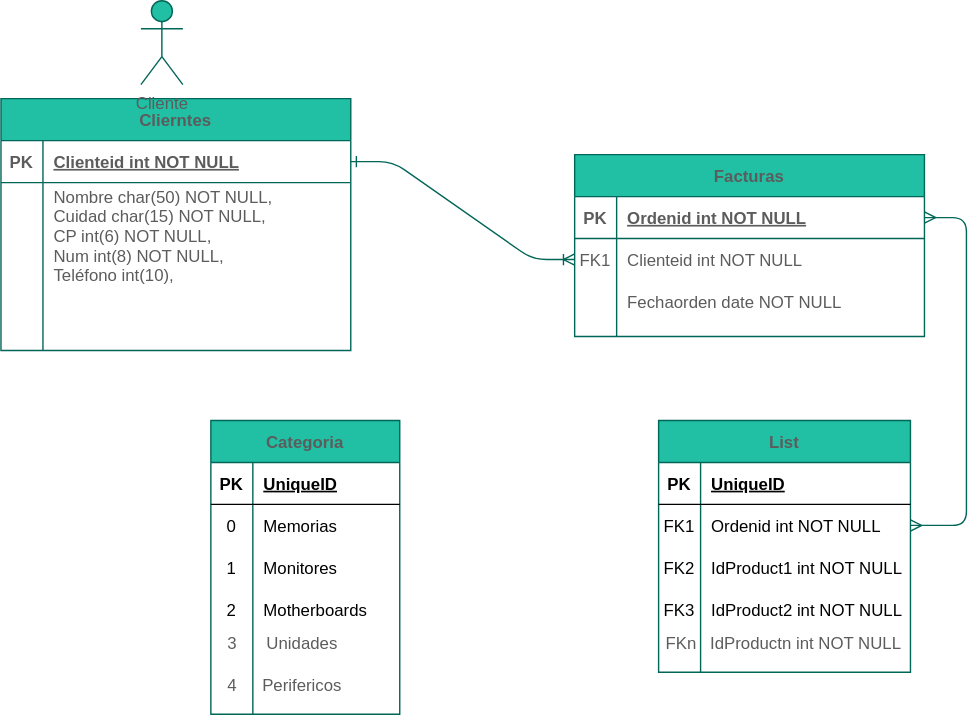
Above: E1.svg in ThunderGer23/Struct (draw.io), before the change. Source tidied: cells renumbered, new cells last; positions are measured from the earlier drawing's top-left corner, leaving out a move shared by most shapes.
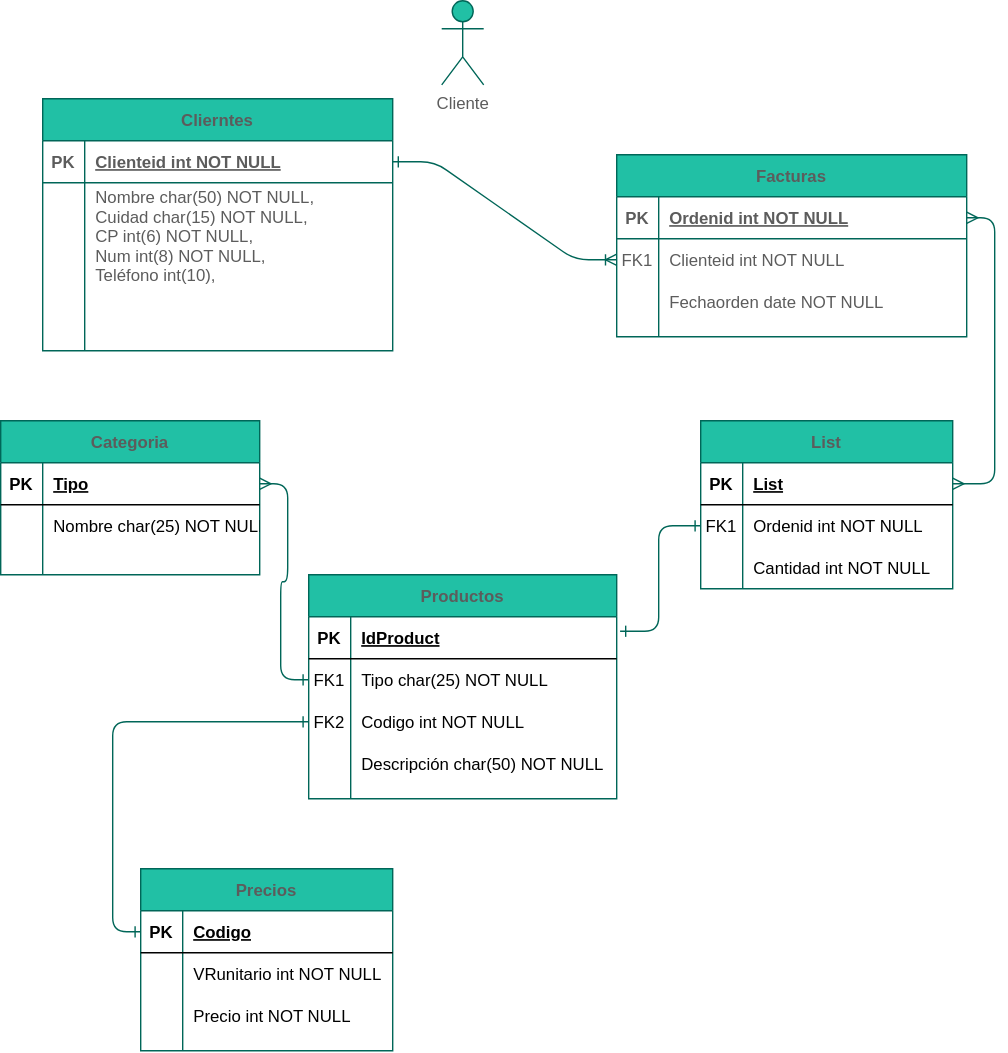
The same file after the commit.

What changed in the source:
```diff
@@ -5,9 +5,6 @@
     <mxCell id="2" style="edgeStyle=entityRelationEdgeStyle;endArrow=ERoneToMany;startArrow=ERone;endFill=0;startFill=0;strokeColor=#006658;fontColor=#5C5C5C;" parent="1" edge="1" source="15" target="8">
       <mxGeometry relative="1" as="geometry" />
     </mxCell>
-    <mxCell id="3" style="edgeStyle=entityRelationEdgeStyle;endArrow=ERmany;startArrow=ERmany;endFill=0;startFill=0;strokeColor=#006658;fontColor=#5C5C5C;" parent="1" edge="1" source="5" target="32">
-      <mxGeometry relative="1" as="geometry" />
-    </mxCell>
     <mxCell id="4" value="Facturas" style="shape=table;startSize=30;rowLines=0;fontStyle=1;align=center;fillColor=#21C0A5;strokeColor=#006658;fontColor=#5C5C5C;" parent="1" vertex="1">
       <mxGeometry x="410" y="110" width="250" height="130" as="geometry" />
     </mxCell>
@@ -60,28 +57,10 @@
       <mxGeometry x="30" width="220" height="90" as="geometry" />
     </mxCell>
     <mxCell id="21" value="Cliente" style="shape=umlActor;verticalLabelPosition=bottom;verticalAlign=top;html=1;rounded=0;sketch=0;strokeColor=#006658;fillColor=#21C0A5;fontColor=#5C5C5C;" parent="1" vertex="1">
-      <mxGeometry x="100" width="30" height="60" as="geometry" />
+      <mxGeometry x="285" width="30" height="60" as="geometry" />
     </mxCell>
-    <mxCell id="22" value="FKn" style="text;html=1;align=center;verticalAlign=middle;fontColor=#5C5C5C;" parent="1" vertex="1">
-      <mxGeometry x="466" y="450" width="40" height="20" as="geometry" />
-    </mxCell>
-    <mxCell id="23" value="IdProductn int NOT NULL" style="text;html=1;align=center;verticalAlign=middle;fontColor=#5C5C5C;" parent="1" vertex="1">
-      <mxGeometry x="500" y="450" width="150" height="20" as="geometry" />
-    </mxCell>
-    <mxCell id="24" value="3" style="text;html=1;align=center;verticalAlign=middle;fontColor=#5C5C5C;" parent="1" vertex="1">
-      <mxGeometry x="155" y="450" width="20" height="20" as="geometry" />
-    </mxCell>
-    <mxCell id="25" value="Unidades" style="text;html=1;align=center;verticalAlign=middle;fontColor=#5C5C5C;" parent="1" vertex="1">
-      <mxGeometry x="180" y="450" width="70" height="20" as="geometry" />
-    </mxCell>
-    <mxCell id="26" value="4" style="text;html=1;align=center;verticalAlign=middle;fontColor=#5C5C5C;" parent="1" vertex="1">
-      <mxGeometry x="155" y="480" width="20" height="20" as="geometry" />
-    </mxCell>
-    <mxCell id="27" value="Perifericos" style="text;html=1;align=center;verticalAlign=middle;fontColor=#5C5C5C;" parent="1" vertex="1">
-      <mxGeometry x="180" y="480" width="70" height="20" as="geometry" />
-    </mxCell>
     <mxCell id="28" value="List" style="shape=table;startSize=30;rowLines=0;fontStyle=1;align=center;rounded=0;sketch=0;strokeColor=#006658;fillColor=#21C0A5;fontColor=#5C5C5C;" parent="1" vertex="1">
-      <mxGeometry x="470" y="300" width="180" height="180" as="geometry" />
+      <mxGeometry x="470" y="300" width="180" height="120" as="geometry" />
     </mxCell>
     <mxCell id="29" style="shape=partialRectangle;fillColor=none;top=0;left=0;bottom=1;right=0;points=[[0,0.5],[1,0.5]];portConstraint=eastwest;" parent="28" vertex="1">
       <mxGeometry y="30" width="180" height="30" as="geometry" />
@@ -89,7 +68,7 @@
     <mxCell id="30" value="PK" style="shape=partialRectangle;fillColor=none;top=0;left=0;bottom=0;right=0;fontStyle=1;overflow=hidden;" parent="29" vertex="1">
       <mxGeometry width="30" height="30" as="geometry" />
     </mxCell>
-    <mxCell id="31" value="UniqueID" style="shape=partialRectangle;fillColor=none;top=0;left=0;bottom=0;right=0;align=left;spacingLeft=6;fontStyle=5;overflow=hidden;" parent="29" vertex="1">
+    <mxCell id="31" value="List" style="shape=partialRectangle;fillColor=none;top=0;left=0;bottom=0;right=0;align=left;spacingLeft=6;fontStyle=5;overflow=hidden;" parent="29" vertex="1">
       <mxGeometry x="30" width="150" height="30" as="geometry" />
     </mxCell>
     <mxCell id="32" style="shape=partialRectangle;fillColor=none;top=0;left=0;bottom=0;right=0;points=[[0,0.5],[1,0.5]];portConstraint=eastwest;" parent="28" vertex="1">
@@ -104,59 +83,122 @@
     <mxCell id="35" style="shape=partialRectangle;fillColor=none;top=0;left=0;bottom=0;right=0;" parent="28" vertex="1">
       <mxGeometry y="90" width="180" height="30" as="geometry" />
     </mxCell>
-    <mxCell id="36" value="FK2" style="shape=partialRectangle;fillColor=none;top=0;left=0;bottom=0;right=0;overflow=hidden;" parent="35" vertex="1">
+    <mxCell id="36" style="shape=partialRectangle;fillColor=none;top=0;left=0;bottom=0;right=0;overflow=hidden;" parent="35" vertex="1">
       <mxGeometry width="30" height="30" as="geometry" />
     </mxCell>
-    <mxCell id="37" value="IdProduct1 int NOT NULL" style="shape=partialRectangle;fillColor=none;top=0;left=0;bottom=0;right=0;align=left;spacingLeft=6;overflow=hidden;" parent="35" vertex="1">
+    <mxCell id="37" value="Cantidad int NOT NULL" style="shape=partialRectangle;fillColor=none;top=0;left=0;bottom=0;right=0;align=left;spacingLeft=6;overflow=hidden;" parent="35" vertex="1">
       <mxGeometry x="30" width="150" height="30" as="geometry" />
     </mxCell>
-    <mxCell id="38" style="shape=partialRectangle;fillColor=none;top=0;left=0;bottom=0;right=0;" parent="28" vertex="1">
-      <mxGeometry y="120" width="180" height="30" as="geometry" />
-    </mxCell>
-    <mxCell id="39" value="FK3" style="shape=partialRectangle;fillColor=none;top=0;left=0;bottom=0;right=0;overflow=hidden;" parent="38" vertex="1">
-      <mxGeometry width="30" height="30" as="geometry" />
-    </mxCell>
-    <mxCell id="40" value="IdProduct2 int NOT NULL" style="shape=partialRectangle;fillColor=none;top=0;left=0;bottom=0;right=0;align=left;spacingLeft=6;overflow=hidden;" parent="38" vertex="1">
-      <mxGeometry x="30" width="150" height="30" as="geometry" />
-    </mxCell>
+    <mxCell id="54" value="Productos" style="shape=table;startSize=30;rowLines=0;fontStyle=1;align=center;rounded=0;sketch=0;strokeColor=#006658;fillColor=#21C0A5;fontColor=#5C5C5C;" parent="1" vertex="1">
+      <mxGeometry x="190" y="410" width="220" height="160" as="geometry" />
+    </mxCell>
+    <mxCell id="55" style="shape=partialRectangle;fillColor=none;top=0;left=0;bottom=1;right=0;points=[[0,0.5],[1,0.5]];portConstraint=eastwest;" parent="54" vertex="1">
+      <mxGeometry y="30" width="220" height="30" as="geometry" />
+    </mxCell>
+    <mxCell id="56" value="PK" style="shape=partialRectangle;fillColor=none;top=0;left=0;bottom=0;right=0;fontStyle=1;overflow=hidden;" parent="55" vertex="1">
+      <mxGeometry width="30" height="30" as="geometry" />
+    </mxCell>
+    <mxCell id="57" value="IdProduct" style="shape=partialRectangle;fillColor=none;top=0;left=0;bottom=0;right=0;align=left;spacingLeft=6;fontStyle=5;overflow=hidden;" parent="55" vertex="1">
+      <mxGeometry x="30" width="190" height="30" as="geometry" />
+    </mxCell>
+    <mxCell id="58" style="shape=partialRectangle;fillColor=none;top=0;left=0;bottom=0;right=0;points=[[0,0.5],[1,0.5]];portConstraint=eastwest;" parent="54" vertex="1">
+      <mxGeometry y="60" width="220" height="30" as="geometry" />
+    </mxCell>
+    <mxCell id="59" value="FK1" style="shape=partialRectangle;fillColor=none;top=0;left=0;bottom=0;right=0;overflow=hidden;" parent="58" vertex="1">
+      <mxGeometry width="30" height="30" as="geometry" />
+    </mxCell>
+    <mxCell id="60" value="Tipo char(25) NOT NULL" style="shape=partialRectangle;fillColor=none;top=0;left=0;bottom=0;right=0;align=left;spacingLeft=6;overflow=hidden;" parent="58" vertex="1">
+      <mxGeometry x="30" width="190" height="30" as="geometry" />
+    </mxCell>
+    <mxCell id="61" style="shape=partialRectangle;fillColor=none;top=0;left=0;bottom=0;right=0;points=[[0,0.5],[1,0.5]];portConstraint=eastwest;" parent="54" vertex="1">
+      <mxGeometry y="90" width="220" height="30" as="geometry" />
+    </mxCell>
+    <mxCell id="62" value="FK2" style="shape=partialRectangle;fillColor=none;top=0;left=0;bottom=0;right=0;overflow=hidden;" parent="61" vertex="1">
+      <mxGeometry width="30" height="30" as="geometry" />
+    </mxCell>
+    <mxCell id="63" value="Codigo int NOT NULL" style="shape=partialRectangle;fillColor=none;top=0;left=0;bottom=0;right=0;align=left;spacingLeft=6;overflow=hidden;" parent="61" vertex="1">
+      <mxGeometry x="30" width="190" height="30" as="geometry" />
+    </mxCell>
+    <mxCell id="64" style="shape=partialRectangle;fillColor=none;top=0;left=0;bottom=0;right=0;" parent="54" vertex="1">
+      <mxGeometry y="120" width="220" height="30" as="geometry" />
+    </mxCell>
+    <mxCell id="65" style="shape=partialRectangle;fillColor=none;top=0;left=0;bottom=0;right=0;overflow=hidden;" parent="64" vertex="1">
+      <mxGeometry width="30" height="30" as="geometry" />
+    </mxCell>
+    <mxCell id="66" value="Descripción char(50) NOT NULL" style="shape=partialRectangle;fillColor=none;top=0;left=0;bottom=0;right=0;align=left;spacingLeft=6;overflow=hidden;" parent="64" vertex="1">
+      <mxGeometry x="30" width="190" height="30" as="geometry" />
+    </mxCell>
     <mxCell id="41" value="Categoria" style="shape=table;startSize=30;rowLines=0;fontStyle=1;align=center;rounded=0;sketch=0;strokeColor=#006658;fillColor=#21C0A5;fontColor=#5C5C5C;" parent="1" vertex="1">
-      <mxGeometry x="150" y="300" width="135" height="210" as="geometry" />
+      <mxGeometry x="-30" y="300" width="185" height="110" as="geometry" />
     </mxCell>
     <mxCell id="42" style="shape=partialRectangle;fillColor=none;top=0;left=0;bottom=1;right=0;points=[[0,0.5],[1,0.5]];portConstraint=eastwest;" parent="41" vertex="1">
-      <mxGeometry y="30" width="135" height="30" as="geometry" />
+      <mxGeometry y="30" width="185" height="30" as="geometry" />
     </mxCell>
     <mxCell id="43" value="PK" style="shape=partialRectangle;fillColor=none;top=0;left=0;bottom=0;right=0;fontStyle=1;overflow=hidden;" parent="42" vertex="1">
       <mxGeometry width="30" height="30" as="geometry" />
     </mxCell>
-    <mxCell id="44" value="UniqueID" style="shape=partialRectangle;fillColor=none;top=0;left=0;bottom=0;right=0;align=left;spacingLeft=6;fontStyle=5;overflow=hidden;" parent="42" vertex="1">
-      <mxGeometry x="30" width="105" height="30" as="geometry" />
+    <mxCell id="44" value="Tipo" style="shape=partialRectangle;fillColor=none;top=0;left=0;bottom=0;right=0;align=left;spacingLeft=6;fontStyle=5;overflow=hidden;" parent="42" vertex="1">
+      <mxGeometry x="30" width="155" height="30" as="geometry" />
     </mxCell>
     <mxCell id="45" style="shape=partialRectangle;fillColor=none;top=0;left=0;bottom=0;right=0;" parent="41" vertex="1">
-      <mxGeometry y="60" width="135" height="30" as="geometry" />
+      <mxGeometry y="60" width="185" height="30" as="geometry" />
     </mxCell>
-    <mxCell id="46" value="0" style="shape=partialRectangle;fillColor=none;top=0;left=0;bottom=0;right=0;overflow=hidden;" parent="45" vertex="1">
+    <mxCell id="46" style="shape=partialRectangle;fillColor=none;top=0;left=0;bottom=0;right=0;overflow=hidden;" parent="45" vertex="1">
       <mxGeometry width="30" height="30" as="geometry" />
     </mxCell>
-    <mxCell id="47" value="Memorias" style="shape=partialRectangle;fillColor=none;top=0;left=0;bottom=0;right=0;align=left;spacingLeft=6;overflow=hidden;" parent="45" vertex="1">
-      <mxGeometry x="30" width="105" height="30" as="geometry" />
+    <mxCell id="47" value="Nombre char(25) NOT NULL" style="shape=partialRectangle;fillColor=none;top=0;left=0;bottom=0;right=0;align=left;spacingLeft=6;overflow=hidden;" parent="45" vertex="1">
+      <mxGeometry x="30" width="155" height="30" as="geometry" />
     </mxCell>
-    <mxCell id="48" style="shape=partialRectangle;fillColor=none;top=0;left=0;bottom=0;right=0;" parent="41" vertex="1">
-      <mxGeometry y="90" width="135" height="30" as="geometry" />
-    </mxCell>
-    <mxCell id="49" value="1" style="shape=partialRectangle;fillColor=none;top=0;left=0;bottom=0;right=0;overflow=hidden;" parent="48" vertex="1">
-      <mxGeometry width="30" height="30" as="geometry" />
-    </mxCell>
-    <mxCell id="50" value="Monitores" style="shape=partialRectangle;fillColor=none;top=0;left=0;bottom=0;right=0;align=left;spacingLeft=6;overflow=hidden;" parent="48" vertex="1">
-      <mxGeometry x="30" width="105" height="30" as="geometry" />
-    </mxCell>
-    <mxCell id="51" style="shape=partialRectangle;fillColor=none;top=0;left=0;bottom=0;right=0;" parent="41" vertex="1">
-      <mxGeometry y="120" width="135" height="30" as="geometry" />
-    </mxCell>
-    <mxCell id="52" value="2" style="shape=partialRectangle;fillColor=none;top=0;left=0;bottom=0;right=0;overflow=hidden;" parent="51" vertex="1">
-      <mxGeometry width="30" height="30" as="geometry" />
-    </mxCell>
-    <mxCell id="53" value="Motherboards" style="shape=partialRectangle;fillColor=none;top=0;left=0;bottom=0;right=0;align=left;spacingLeft=6;overflow=hidden;" parent="51" vertex="1">
-      <mxGeometry x="30" width="105" height="30" as="geometry" />
-    </mxCell>
+    <mxCell id="67" style="shape=partialRectangle;fillColor=none;top=0;left=0;bottom=0;right=0;" parent="41" vertex="1">
+      <mxGeometry y="90" width="185" height="20" as="geometry" />
+    </mxCell>
+    <mxCell id="68" style="shape=partialRectangle;fillColor=none;top=0;left=0;bottom=0;right=0;overflow=hidden;" parent="67" vertex="1">
+      <mxGeometry width="30" height="20" as="geometry" />
+    </mxCell>
+    <mxCell id="69" style="shape=partialRectangle;fillColor=none;top=0;left=0;bottom=0;right=0;align=left;spacingLeft=6;overflow=hidden;" parent="67" vertex="1">
+      <mxGeometry x="30" width="155" height="20" as="geometry" />
+    </mxCell>
+    <mxCell id="70" value="Precios" style="shape=table;startSize=30;rowLines=0;fontStyle=1;align=center;rounded=0;sketch=0;strokeColor=#006658;fillColor=#21C0A5;fontColor=#5C5C5C;" parent="1" vertex="1">
+      <mxGeometry x="70" y="620" width="180" height="130" as="geometry" />
+    </mxCell>
+    <mxCell id="71" style="shape=partialRectangle;fillColor=none;top=0;left=0;bottom=1;right=0;points=[[0,0.5],[1,0.5]];portConstraint=eastwest;" parent="70" vertex="1">
+      <mxGeometry y="30" width="180" height="30" as="geometry" />
+    </mxCell>
+    <mxCell id="72" value="PK" style="shape=partialRectangle;fillColor=none;top=0;left=0;bottom=0;right=0;fontStyle=1;overflow=hidden;" parent="71" vertex="1">
+      <mxGeometry width="30" height="30" as="geometry" />
+    </mxCell>
+    <mxCell id="73" value="Codigo" style="shape=partialRectangle;fillColor=none;top=0;left=0;bottom=0;right=0;align=left;spacingLeft=6;fontStyle=5;overflow=hidden;" parent="71" vertex="1">
+      <mxGeometry x="30" width="150" height="30" as="geometry" />
+    </mxCell>
+    <mxCell id="74" style="shape=partialRectangle;fillColor=none;top=0;left=0;bottom=0;right=0;" parent="70" vertex="1">
+      <mxGeometry y="60" width="180" height="30" as="geometry" />
+    </mxCell>
+    <mxCell id="75" style="shape=partialRectangle;fillColor=none;top=0;left=0;bottom=0;right=0;overflow=hidden;" parent="74" vertex="1">
+      <mxGeometry width="30" height="30" as="geometry" />
+    </mxCell>
+    <mxCell id="76" value="VRunitario int NOT NULL" style="shape=partialRectangle;fillColor=none;top=0;left=0;bottom=0;right=0;align=left;spacingLeft=6;overflow=hidden;" parent="74" vertex="1">
+      <mxGeometry x="30" width="150" height="30" as="geometry" />
+    </mxCell>
+    <mxCell id="77" style="shape=partialRectangle;fillColor=none;top=0;left=0;bottom=0;right=0;" parent="70" vertex="1">
+      <mxGeometry y="90" width="180" height="30" as="geometry" />
+    </mxCell>
+    <mxCell id="78" style="shape=partialRectangle;fillColor=none;top=0;left=0;bottom=0;right=0;overflow=hidden;" parent="77" vertex="1">
+      <mxGeometry width="30" height="30" as="geometry" />
+    </mxCell>
+    <mxCell id="79" value="Precio int NOT NULL" style="shape=partialRectangle;fillColor=none;top=0;left=0;bottom=0;right=0;align=left;spacingLeft=6;overflow=hidden;" parent="77" vertex="1">
+      <mxGeometry x="30" width="150" height="30" as="geometry" />
+    </mxCell>
+    <mxCell id="80" style="edgeStyle=orthogonalEdgeStyle;curved=0;rounded=1;sketch=0;jettySize=auto;html=1;exitX=0;exitY=0.5;exitDx=0;exitDy=0;entryX=0;entryY=0.5;entryDx=0;entryDy=0;startArrow=ERone;startFill=0;endArrow=ERone;endFill=0;strokeColor=#006658;fillColor=#21C0A5;fontColor=#5C5C5C;" parent="1" edge="1" source="61" target="71">
+      <mxGeometry relative="1" as="geometry" />
+    </mxCell>
+    <mxCell id="81" style="edgeStyle=orthogonalEdgeStyle;curved=0;rounded=1;sketch=0;jettySize=auto;html=1;exitX=0;exitY=0.5;exitDx=0;exitDy=0;entryX=1.011;entryY=0.344;entryDx=0;entryDy=0;entryPerimeter=0;startArrow=ERone;startFill=0;endArrow=ERone;endFill=0;strokeColor=#006658;fillColor=#21C0A5;fontColor=#5C5C5C;" parent="1" edge="1" source="32" target="55">
+      <mxGeometry relative="1" as="geometry" />
+    </mxCell>
+    <mxCell id="82" style="edgeStyle=orthogonalEdgeStyle;curved=0;rounded=1;sketch=0;jettySize=auto;html=1;exitX=1;exitY=0.5;exitDx=0;exitDy=0;entryX=0;entryY=0.5;entryDx=0;entryDy=0;startArrow=ERmany;startFill=0;endArrow=ERone;endFill=0;strokeColor=#006658;fillColor=#21C0A5;fontColor=#5C5C5C;" parent="1" edge="1" source="42" target="58">
+      <mxGeometry relative="1" as="geometry" />
+    </mxCell>
+    <mxCell id="83" style="edgeStyle=orthogonalEdgeStyle;curved=0;rounded=1;sketch=0;jettySize=auto;html=1;exitX=1;exitY=0.5;exitDx=0;exitDy=0;entryX=1;entryY=0.5;entryDx=0;entryDy=0;startArrow=ERmany;startFill=0;endArrow=ERmany;endFill=0;strokeColor=#006658;fillColor=#21C0A5;fontColor=#5C5C5C;" parent="1" edge="1" source="5" target="29">
+      <mxGeometry relative="1" as="geometry" />
+    </mxCell>
   </root>
 </mxGraphModel>
```
